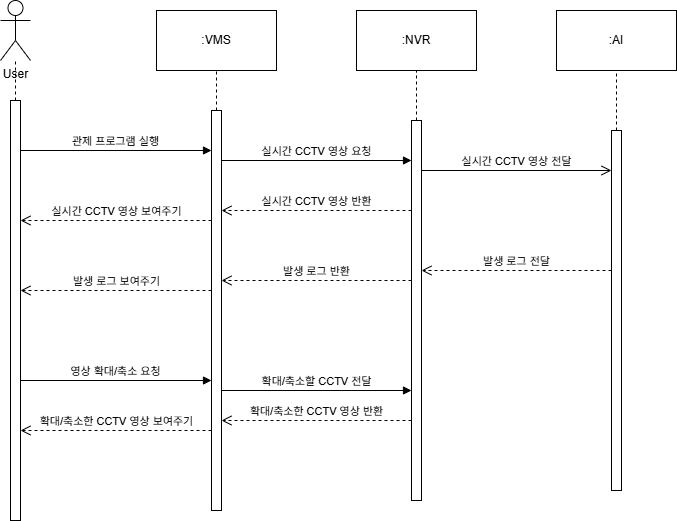
Earlier version of the draw.io export images/Sequence diagram_실시간 다중 CCTV 관제.drawio.png (qkrjuyeol/multi-cctv). Source tidied: cells renumbered, new cells last; positions are measured from the earlier drawing's top-left corner, leaving out a move shared by most shapes. Its diagram source:
```xml
<mxGraphModel>
  <root>
    <mxCell id="0" />
    <mxCell id="1" parent="0" />
    <mxCell id="2" value="User" style="shape=umlActor;verticalLabelPosition=bottom;verticalAlign=top;html=1;outlineConnect=0;" parent="1" vertex="1">
      <mxGeometry width="30" height="60" as="geometry" />
    </mxCell>
    <mxCell id="3" value=":VMS" style="rounded=0;whiteSpace=wrap;html=1;" parent="1" vertex="1">
      <mxGeometry x="156" y="10" width="120" height="60" as="geometry" />
    </mxCell>
    <mxCell id="4" value=":NVR" style="rounded=0;whiteSpace=wrap;html=1;" parent="1" vertex="1">
      <mxGeometry x="356" y="10" width="120" height="60" as="geometry" />
    </mxCell>
    <mxCell id="5" value=":AI" style="rounded=0;whiteSpace=wrap;html=1;" parent="1" vertex="1">
      <mxGeometry x="556" y="10" width="120" height="60" as="geometry" />
    </mxCell>
    <mxCell id="6" style="endArrow=none;dashed=1;html=1;rounded=0;" parent="1" edge="1" source="10" target="2">
      <mxGeometry relative="1" as="geometry" />
    </mxCell>
    <mxCell id="7" style="endArrow=none;dashed=1;html=1;rounded=0;" parent="1" edge="1" source="11" target="3">
      <mxGeometry relative="1" as="geometry" />
    </mxCell>
    <mxCell id="8" style="endArrow=none;dashed=1;html=1;rounded=0;" parent="1" edge="1" source="12" target="4">
      <mxGeometry relative="1" as="geometry" />
    </mxCell>
    <mxCell id="9" style="endArrow=none;dashed=1;html=1;rounded=0;" parent="1" edge="1" source="13" target="5">
      <mxGeometry relative="1" as="geometry" />
    </mxCell>
    <mxCell id="10" style="html=1;points=[[0,0,0,0,5],[0,1,0,0,-5],[1,0,0,0,5],[1,1,0,0,-5]];perimeter=orthogonalPerimeter;outlineConnect=0;targetShapes=umlLifeline;portConstraint=eastwest;newEdgeStyle={&quot;curved&quot;:0,&quot;rounded&quot;:0};" parent="1" vertex="1">
      <mxGeometry x="10" y="100" width="10" height="420" as="geometry" />
    </mxCell>
    <mxCell id="11" style="html=1;points=[[0,0,0,0,5],[0,1,0,0,-5],[1,0,0,0,5],[1,1,0,0,-5]];perimeter=orthogonalPerimeter;outlineConnect=0;targetShapes=umlLifeline;portConstraint=eastwest;newEdgeStyle={&quot;curved&quot;:0,&quot;rounded&quot;:0};" parent="1" vertex="1">
      <mxGeometry x="211" y="110" width="10" height="400" as="geometry" />
    </mxCell>
    <mxCell id="12" style="html=1;points=[[0,0,0,0,5],[0,1,0,0,-5],[1,0,0,0,5],[1,1,0,0,-5]];perimeter=orthogonalPerimeter;outlineConnect=0;targetShapes=umlLifeline;portConstraint=eastwest;newEdgeStyle={&quot;curved&quot;:0,&quot;rounded&quot;:0};" parent="1" vertex="1">
      <mxGeometry x="411" y="120" width="10" height="380" as="geometry" />
    </mxCell>
    <mxCell id="13" style="html=1;points=[[0,0,0,0,5],[0,1,0,0,-5],[1,0,0,0,5],[1,1,0,0,-5]];perimeter=orthogonalPerimeter;outlineConnect=0;targetShapes=umlLifeline;portConstraint=eastwest;newEdgeStyle={&quot;curved&quot;:0,&quot;rounded&quot;:0};" parent="1" vertex="1">
      <mxGeometry x="611" y="130" width="10" height="360" as="geometry" />
    </mxCell>
    <mxCell id="14" value="관제 프로그램 실행" style="html=1;verticalAlign=bottom;endArrow=block;curved=0;rounded=0;" parent="1" edge="1">
      <mxGeometry relative="1" as="geometry">
        <mxPoint x="20" y="150" as="sourcePoint" />
        <mxPoint x="211" y="150" as="targetPoint" />
      </mxGeometry>
    </mxCell>
    <mxCell id="15" value="실시간 CCTV 영상 요청" style="html=1;verticalAlign=bottom;endArrow=block;curved=0;rounded=0;" parent="1" edge="1">
      <mxGeometry relative="1" as="geometry">
        <mxPoint x="221" y="160" as="sourcePoint" />
        <mxPoint x="411" y="160" as="targetPoint" />
      </mxGeometry>
    </mxCell>
    <mxCell id="16" value="실시간 CCTV 영상 보여주기" style="html=1;verticalAlign=bottom;endArrow=open;dashed=1;endSize=8;curved=0;rounded=0;" parent="1" edge="1">
      <mxGeometry relative="1" as="geometry">
        <mxPoint x="211" y="220" as="sourcePoint" />
        <mxPoint x="20" y="220" as="targetPoint" />
      </mxGeometry>
    </mxCell>
    <mxCell id="17" value="실시간 CCTV 영상 반환" style="html=1;verticalAlign=bottom;endArrow=open;dashed=1;endSize=8;curved=0;rounded=0;" parent="1" edge="1">
      <mxGeometry relative="1" as="geometry">
        <mxPoint x="411" y="210" as="sourcePoint" />
        <mxPoint x="221" y="210" as="targetPoint" />
      </mxGeometry>
    </mxCell>
    <mxCell id="18" value="실시간 CCTV 영상 전달" style="html=1;verticalAlign=bottom;endArrow=open;dashed=0&#10;;endSize=8;curved=0;rounded=0;" parent="1" edge="1">
      <mxGeometry relative="1" as="geometry">
        <mxPoint x="421" y="170" as="sourcePoint" />
        <mxPoint x="611" y="170" as="targetPoint" />
      </mxGeometry>
    </mxCell>
    <mxCell id="19" value="발생 로그 전달" style="html=1;verticalAlign=bottom;endArrow=open;dashed=1;endSize=8;curved=0;rounded=0;" parent="1" edge="1">
      <mxGeometry relative="1" as="geometry">
        <mxPoint x="611" y="270" as="sourcePoint" />
        <mxPoint x="421" y="270" as="targetPoint" />
      </mxGeometry>
    </mxCell>
    <mxCell id="20" value="발생 로그 반환" style="html=1;verticalAlign=bottom;endArrow=open;dashed=1;endSize=8;curved=0;rounded=0;" parent="1" edge="1">
      <mxGeometry relative="1" as="geometry">
        <mxPoint x="411" y="280" as="sourcePoint" />
        <mxPoint x="221" y="280" as="targetPoint" />
      </mxGeometry>
    </mxCell>
    <mxCell id="21" value="발생 로그 보여주기" style="html=1;verticalAlign=bottom;endArrow=open;dashed=1;endSize=8;curved=0;rounded=0;" parent="1" edge="1">
      <mxGeometry relative="1" as="geometry">
        <mxPoint x="211" y="290" as="sourcePoint" />
        <mxPoint x="20" y="290" as="targetPoint" />
      </mxGeometry>
    </mxCell>
    <mxCell id="22" value="영상 확대/축소 요청" style="html=1;verticalAlign=bottom;endArrow=block;curved=0;rounded=0;" parent="1" edge="1">
      <mxGeometry relative="1" as="geometry">
        <mxPoint x="20" y="380" as="sourcePoint" />
        <mxPoint x="211" y="380" as="targetPoint" />
      </mxGeometry>
    </mxCell>
    <mxCell id="23" value="확대/축소할 CCTV 전달" style="html=1;verticalAlign=bottom;endArrow=block;curved=0;rounded=0;" parent="1" edge="1">
      <mxGeometry relative="1" as="geometry">
        <mxPoint x="221" y="390" as="sourcePoint" />
        <mxPoint x="411" y="390" as="targetPoint" />
      </mxGeometry>
    </mxCell>
    <mxCell id="24" value="확대/축소한 CCTV 영상 반환" style="html=1;verticalAlign=bottom;endArrow=open;dashed=1;endSize=8;curved=0;rounded=0;" parent="1" edge="1">
      <mxGeometry relative="1" as="geometry">
        <mxPoint x="411" y="420" as="sourcePoint" />
        <mxPoint x="221" y="420" as="targetPoint" />
      </mxGeometry>
    </mxCell>
    <mxCell id="25" value="확대/축소한 CCTV 영상 보여주기" style="html=1;verticalAlign=bottom;endArrow=open;dashed=1;endSize=8;curved=0;rounded=0;" parent="1" edge="1">
      <mxGeometry relative="1" as="geometry">
        <mxPoint x="211" y="430" as="sourcePoint" />
        <mxPoint x="20" y="430" as="targetPoint" />
      </mxGeometry>
    </mxCell>
  </root>
</mxGraphModel>
```
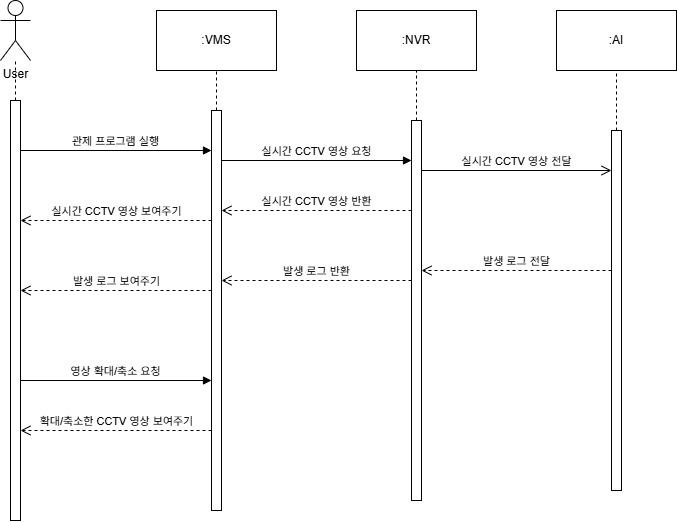
After the commit.

Commit message:
images - 시퀀스 다이어그램 업데이트

Diff of the diagram source:
```diff
@@ -92,18 +92,6 @@
         <mxPoint x="211" y="380" as="targetPoint" />
       </mxGeometry>
     </mxCell>
-    <mxCell id="23" value="확대/축소할 CCTV 전달" style="html=1;verticalAlign=bottom;endArrow=block;curved=0;rounded=0;" parent="1" edge="1">
-      <mxGeometry relative="1" as="geometry">
-        <mxPoint x="221" y="390" as="sourcePoint" />
-        <mxPoint x="411" y="390" as="targetPoint" />
-      </mxGeometry>
-    </mxCell>
-    <mxCell id="24" value="확대/축소한 CCTV 영상 반환" style="html=1;verticalAlign=bottom;endArrow=open;dashed=1;endSize=8;curved=0;rounded=0;" parent="1" edge="1">
-      <mxGeometry relative="1" as="geometry">
-        <mxPoint x="411" y="420" as="sourcePoint" />
-        <mxPoint x="221" y="420" as="targetPoint" />
-      </mxGeometry>
-    </mxCell>
     <mxCell id="25" value="확대/축소한 CCTV 영상 보여주기" style="html=1;verticalAlign=bottom;endArrow=open;dashed=1;endSize=8;curved=0;rounded=0;" parent="1" edge="1">
       <mxGeometry relative="1" as="geometry">
         <mxPoint x="211" y="430" as="sourcePoint" />
```
